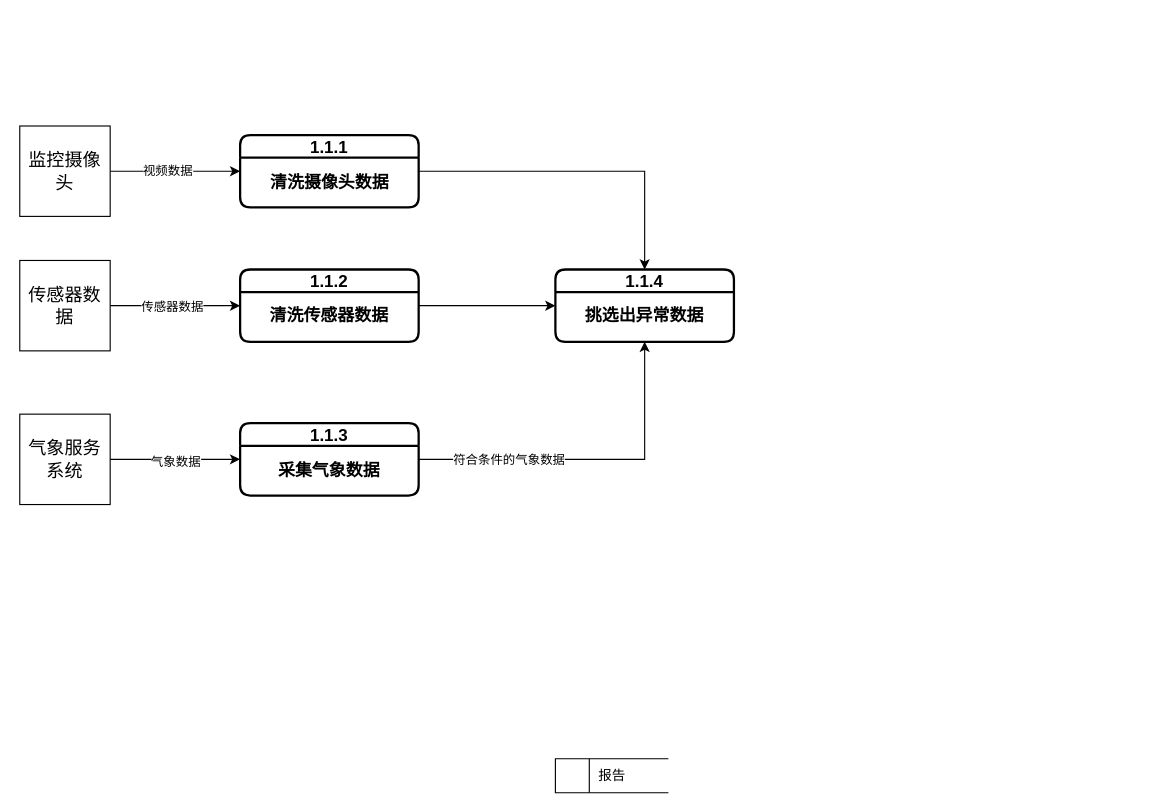
The draw.io diagram 系统图1.drawio in Lxlorange/drawio, before the edit. Source tidied: cells renumbered, new cells numbered last; positions are measured from the earlier drawing's top-left corner, leaving out a move shared by most shapes. Both pictures are drawn from the tidied source at 113%, with x=0, y=0 at pixel (19, 125).
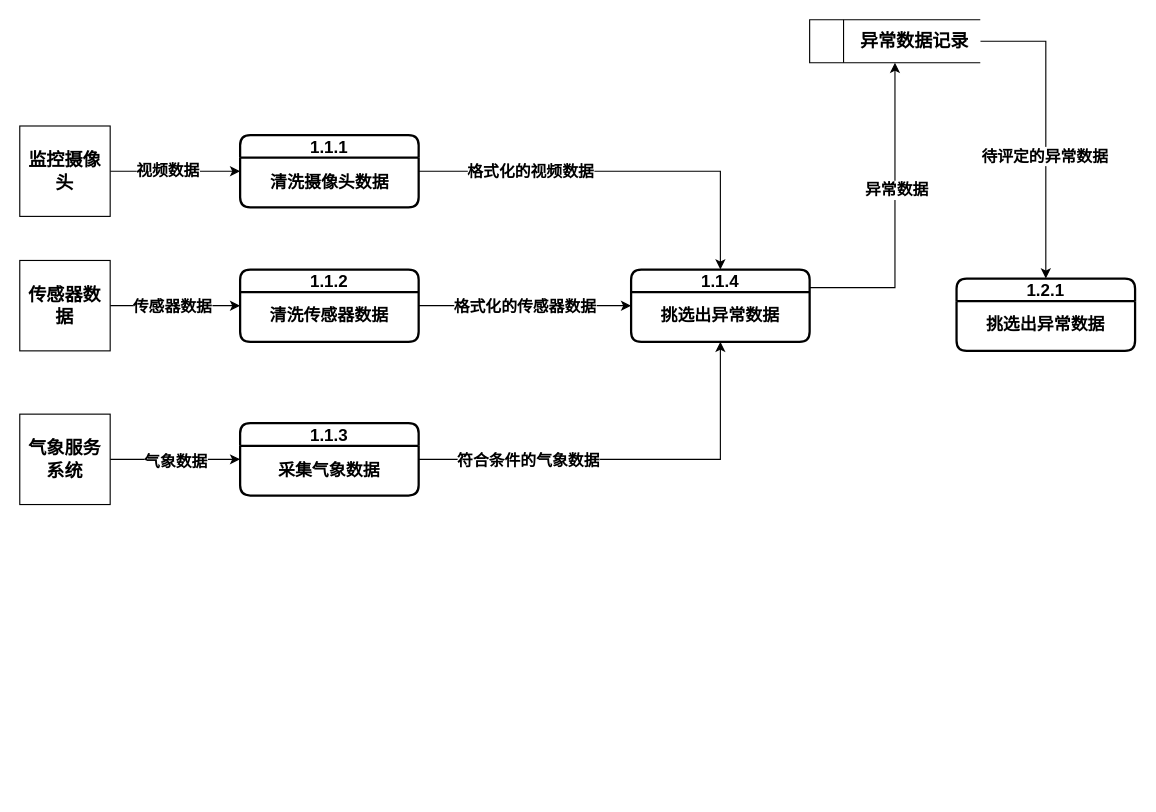
After the change.

The change refers to these unchanged cells:
```xml
<mxCell id="7" value="1.1.3" style="swimlane;html=1;startSize=20;fontStyle=1;horizontal=1;swimlaneLine=1;strokeWidth=2;swimlaneFillColor=#ffffff;whiteSpace=wrap;rounded=1;fontSize=15;" parent="1" vertex="1">
  <mxGeometry x="195" y="263" width="158" height="64" as="geometry" />
</mxCell>
<mxCell id="9" style="edgeStyle=orthogonalEdgeStyle;rounded=0;jettySize=auto;html=1;exitX=1;exitY=0.5;exitDx=0;exitDy=0;entryX=0;entryY=0.5;entryDx=0;entryDy=0;" parent="1" edge="1" source="10" target="22">
  <mxGeometry relative="1" as="geometry" />
</mxCell>
<mxCell id="12" style="edgeStyle=orthogonalEdgeStyle;rounded=0;jettySize=auto;html=1;exitX=1;exitY=0.5;exitDx=0;exitDy=0;entryX=0.5;entryY=0;entryDx=0;entryDy=0;" parent="1" edge="1" source="13" target="22">
  <mxGeometry relative="1" as="geometry" />
</mxCell>
<mxCell id="13" value="1.1.1" style="swimlane;html=1;startSize=20;fontStyle=1;horizontal=1;swimlaneLine=1;strokeWidth=2;swimlaneFillColor=#ffffff;whiteSpace=wrap;rounded=1;fontSize=15;" parent="1" vertex="1">
  <mxGeometry x="195" y="8" width="158" height="64" as="geometry" />
</mxCell>
<mxCell id="15" style="edgeStyle=orthogonalEdgeStyle;rounded=0;jettySize=auto;html=1;exitX=1;exitY=0.5;exitDx=0;exitDy=0;entryX=0;entryY=0.5;entryDx=0;entryDy=0;" parent="1" edge="1" source="17" target="10">
  <mxGeometry relative="1" as="geometry" />
</mxCell>
```

What changed in the source:
```diff
@@
-    <mxCell id="2" style="edgeStyle=orthogonalEdgeStyle;rounded=0;jettySize=auto;html=1;exitX=1;exitY=0.5;exitDx=0;exitDy=0;entryX=0;entryY=0.5;entryDx=0;entryDy=0;" parent="1" edge="1" source="4" target="13">
+    <mxCell id="2" style="edgeStyle=orthogonalEdgeStyle;rounded=0;jettySize=auto;html=1;exitX=1;exitY=0.5;exitDx=0;exitDy=0;entryX=0;entryY=0.5;entryDx=0;entryDy=0;fontStyle=1;" parent="1" edge="1" source="4" target="13">
       <mxGeometry relative="1" as="geometry" />
     </mxCell>
-    <mxCell id="3" value="视频数据" style="edgeLabel;html=1;align=center;verticalAlign=middle;" parent="2" vertex="1">
+    <mxCell id="3" value="&lt;b&gt;&lt;font style=&quot;font-size: 14px;&quot;&gt;视频数据&lt;/font&gt;&lt;/b&gt;" style="edgeLabel;html=1;align=center;verticalAlign=middle;" parent="2" vertex="1">
       <mxGeometry x="-0.11" y="1" relative="1" as="geometry">
         <mxPoint x="-1" as="offset" />
       </mxGeometry>
     </mxCell>
-    <mxCell id="4" value="监控摄像头" style="rounded=0;whiteSpace=wrap;html=1;fontSize=16;" parent="1" vertex="1">
+    <mxCell id="4" value="&lt;b&gt;监控摄像头&lt;/b&gt;" style="rounded=0;whiteSpace=wrap;html=1;fontSize=16;" parent="1" vertex="1">
       <mxGeometry width="80" height="80" as="geometry" />
     </mxCell>
-    <mxCell id="5" style="edgeStyle=orthogonalEdgeStyle;rounded=0;jettySize=auto;html=1;exitX=1;exitY=0.5;exitDx=0;exitDy=0;entryX=0.5;entryY=1;entryDx=0;entryDy=0;" parent="1" edge="1" source="7" target="22">
+    <mxCell id="5" style="edgeStyle=orthogonalEdgeStyle;rounded=0;jettySize=auto;html=1;exitX=1;exitY=0.5;exitDx=0;exitDy=0;entryX=0.5;entryY=1;entryDx=0;entryDy=0;fontStyle=1;" parent="1" edge="1" source="7" target="22">
       <mxGeometry relative="1" as="geometry" />
     </mxCell>
-    <mxCell id="6" value="符合条件的气象数据" style="edgeLabel;html=1;align=center;verticalAlign=middle;" parent="5" vertex="1">
+    <mxCell id="6" value="&lt;b&gt;符合条件的气象数据&lt;/b&gt;" style="edgeLabel;html=1;align=center;verticalAlign=middle;fontSize=14;" parent="5" vertex="1">
       <mxGeometry x="-0.48" relative="1" as="geometry" />
     </mxCell>
@@
+    <mxCell id="24" value="&lt;b&gt;&lt;font style=&quot;font-size: 14px;&quot;&gt;格式化的传感器数据&lt;/font&gt;&lt;/b&gt;" style="edgeLabel;html=1;align=center;verticalAlign=middle;" parent="9" vertex="1">
+      <mxGeometry x="-0.41" y="1" relative="1" as="geometry">
+        <mxPoint x="38" y="1" as="offset" />
+      </mxGeometry>
+    </mxCell>
@@
+    <mxCell id="25" value="&lt;b&gt;&lt;font style=&quot;font-size: 14px;&quot;&gt;格式化的视频数据&lt;/font&gt;&lt;/b&gt;" style="edgeLabel;html=1;align=center;verticalAlign=middle;" parent="12" vertex="1">
+      <mxGeometry x="-0.44" y="-2" relative="1" as="geometry">
+        <mxPoint x="-1" y="-2" as="offset" />
+      </mxGeometry>
+    </mxCell>
@@
-    <mxCell id="16" value="传感器数据" style="edgeLabel;html=1;align=center;verticalAlign=middle;" parent="15" vertex="1">
+    <mxCell id="16" value="&lt;b&gt;&lt;font style=&quot;font-size: 14px;&quot;&gt;传感器数据&lt;/font&gt;&lt;/b&gt;" style="edgeLabel;html=1;align=center;verticalAlign=middle;" parent="15" vertex="1">
       <mxGeometry x="-0.15" y="3" relative="1" as="geometry">
         <mxPoint x="5" y="3" as="offset" />
       </mxGeometry>
     </mxCell>
-    <mxCell id="17" value="传感器数据" style="rounded=0;whiteSpace=wrap;html=1;fontSize=16;" parent="1" vertex="1">
+    <mxCell id="17" value="&lt;b&gt;传感器数据&lt;/b&gt;" style="rounded=0;whiteSpace=wrap;html=1;fontSize=16;" parent="1" vertex="1">
       <mxGeometry y="119" width="80" height="80" as="geometry" />
     </mxCell>
-    <mxCell id="18" style="edgeStyle=orthogonalEdgeStyle;rounded=0;jettySize=auto;html=1;exitX=1;exitY=0.5;exitDx=0;exitDy=0;entryX=0;entryY=0.5;entryDx=0;entryDy=0;" parent="1" edge="1" source="20" target="7">
+    <mxCell id="18" style="edgeStyle=orthogonalEdgeStyle;rounded=0;jettySize=auto;html=1;exitX=1;exitY=0.5;exitDx=0;exitDy=0;entryX=0;entryY=0.5;entryDx=0;entryDy=0;fontStyle=1;" parent="1" edge="1" source="20" target="7">
       <mxGeometry relative="1" as="geometry" />
     </mxCell>
-    <mxCell id="19" value="气象数据" style="edgeLabel;html=1;align=center;verticalAlign=middle;" parent="18" vertex="1">
+    <mxCell id="19" value="&lt;b&gt;&lt;font style=&quot;font-size: 14px;&quot;&gt;气象数据&lt;/font&gt;&lt;/b&gt;" style="edgeLabel;html=1;align=center;verticalAlign=middle;" parent="18" vertex="1">
       <mxGeometry x="0.01" y="-1" relative="1" as="geometry">
         <mxPoint x="-1" as="offset" />
       </mxGeometry>
     </mxCell>
-    <mxCell id="20" value="气象服务系统" style="rounded=0;whiteSpace=wrap;html=1;fontSize=16;" parent="1" vertex="1">
+    <mxCell id="20" value="&lt;b&gt;气象服务系统&lt;/b&gt;" style="rounded=0;whiteSpace=wrap;html=1;fontSize=16;" parent="1" vertex="1">
       <mxGeometry y="255" width="80" height="80" as="geometry" />
     </mxCell>
+    <mxCell id="26" style="edgeStyle=orthogonalEdgeStyle;rounded=0;jettySize=auto;html=1;exitX=1;exitY=0.5;exitDx=0;exitDy=0;entryX=0.5;entryY=0;entryDx=0;entryDy=0;" parent="1" edge="1" source="21" target="30">
+      <mxGeometry relative="1" as="geometry" />
+    </mxCell>
+    <mxCell id="27" value="&lt;font style=&quot;font-size: 14px;&quot;&gt;&lt;b&gt;待评定的异常数据&lt;/b&gt;&lt;/font&gt;" style="edgeLabel;html=1;align=center;verticalAlign=middle;" parent="26" vertex="1">
+      <mxGeometry x="0.19" y="-2" relative="1" as="geometry" />
+    </mxCell>
-    <mxCell id="21" value="&amp;nbsp; &amp;nbsp; &amp;nbsp; &amp;nbsp; &amp;nbsp; 报告" style="html=1;dashed=0;whiteSpace=wrap;shape=mxgraph.dfd.dataStoreID;align=left;spacingLeft=3;points=[[0,0],[0.5,0],[1,0],[0,0.5],[1,0.5],[0,1],[0.5,1],[1,1]];" parent="1" vertex="1">
-      <mxGeometry x="474" y="560" width="100" height="30" as="geometry" />
+    <mxCell id="21" value="&lt;font style=&quot;font-size: 16px;&quot;&gt;&lt;b&gt;&amp;nbsp; &amp;nbsp; &amp;nbsp; &amp;nbsp; &amp;nbsp;异常数据记录&lt;/b&gt;&lt;/font&gt;" style="html=1;dashed=0;whiteSpace=wrap;shape=mxgraph.dfd.dataStoreID;align=left;spacingLeft=3;points=[[0,0],[0.5,0],[1,0],[0,0.5],[1,0.5],[0,1],[0.5,1],[1,1]];" parent="1" vertex="1">
+      <mxGeometry x="699" y="-94" width="151" height="38" as="geometry" />
     </mxCell>
+    <mxCell id="28" style="edgeStyle=orthogonalEdgeStyle;rounded=0;jettySize=auto;html=1;exitX=1;exitY=0.25;exitDx=0;exitDy=0;entryX=0.5;entryY=1;entryDx=0;entryDy=0;" parent="1" edge="1" source="22" target="21">
+      <mxGeometry relative="1" as="geometry" />
+    </mxCell>
+    <mxCell id="29" value="&lt;font style=&quot;font-size: 14px;&quot;&gt;&lt;b&gt;异常数据&lt;/b&gt;&lt;/font&gt;" style="edgeLabel;html=1;align=center;verticalAlign=middle;" parent="28" vertex="1">
+      <mxGeometry x="0.18" y="-1" relative="1" as="geometry" />
+    </mxCell>
     <mxCell id="22" value="1.1.4" style="swimlane;html=1;startSize=20;fontStyle=1;horizontal=1;swimlaneLine=1;strokeWidth=2;swimlaneFillColor=#ffffff;whiteSpace=wrap;rounded=1;fontSize=15;" parent="1" vertex="1">
-      <mxGeometry x="474" y="127" width="158" height="64" as="geometry" />
+      <mxGeometry x="541" y="127" width="158" height="64" as="geometry" />
     </mxCell>
@@
+    <mxCell id="30" value="1.2.1" style="swimlane;html=1;startSize=20;fontStyle=1;horizontal=1;swimlaneLine=1;strokeWidth=2;swimlaneFillColor=#ffffff;whiteSpace=wrap;rounded=1;fontSize=15;" parent="1" vertex="1">
+      <mxGeometry x="829" y="135" width="158" height="64" as="geometry" />
+    </mxCell>
+    <mxCell id="31" value="挑选出异常数据" style="text;html=1;align=center;verticalAlign=middle;whiteSpace=wrap;rounded=0;fontSize=15;fontStyle=1;" parent="30" vertex="1">
+      <mxGeometry x="21" y="25" width="116" height="30" as="geometry" />
+    </mxCell>
```
